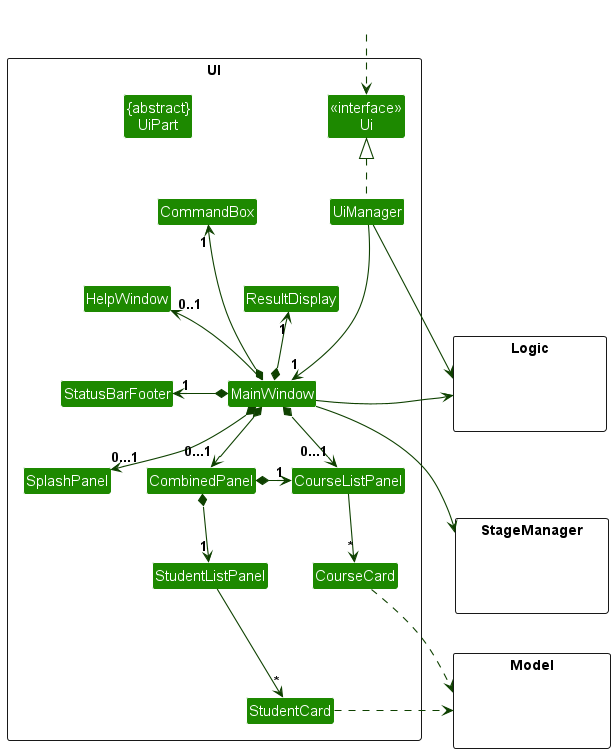
Above: docs/images/UiClassDiagram.png in tiongjjyi/tp (PlantUML), before the change.
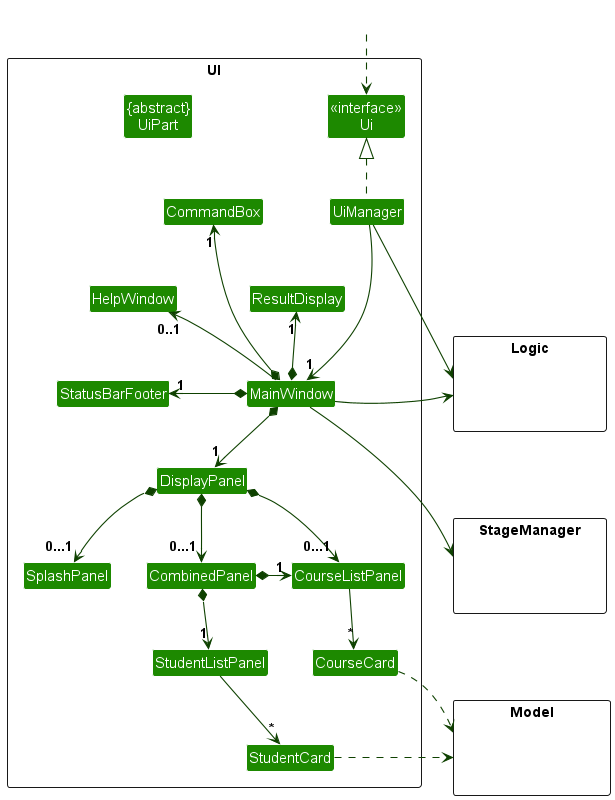
Above is the later version.

The edit, as a diff of the source:
```diff
@@ -11,6 +11,7 @@
 Class MainWindow
 Class HelpWindow
 
+Class DisplayPanel
 Class SplashPanel
 Class CombinedPanel
 Class CourseListPanel
@@ -49,9 +50,11 @@
 MainWindow *-left-> "1" ResultDisplay
 MainWindow *-left-> "1" StatusBarFooter
 
-MainWindow *-down-> "0...1" SplashPanel
-MainWindow *-down-> "0...1" CombinedPanel
-MainWindow *-down-> "0...1" CourseListPanel
+MainWindow *-down-> "1" DisplayPanel
+
+DisplayPanel *-down-> "0...1" SplashPanel
+DisplayPanel *-down-> "0...1" CombinedPanel
+DisplayPanel *-down-> "0...1" CourseListPanel
 
 MainWindow -right> Logic
 MainWindow -right> StageManager
```
